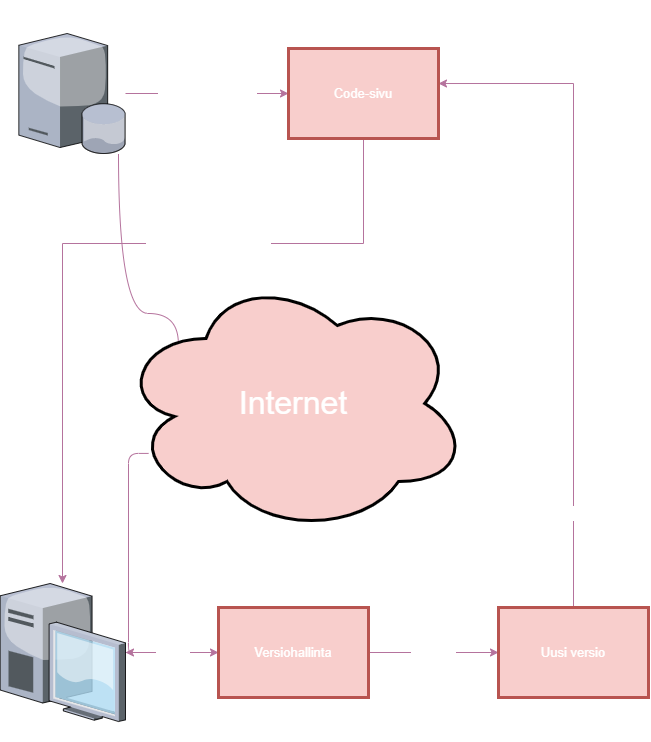
Before: docs/pictures/versiohallinta tummalle pohjalle.png, a diagram exported from draw.io (millahuotari/Start). Source tidied: cells renumbered, new cells last; positions are measured from the earlier drawing's top-left corner, leaving out a move shared by most shapes.
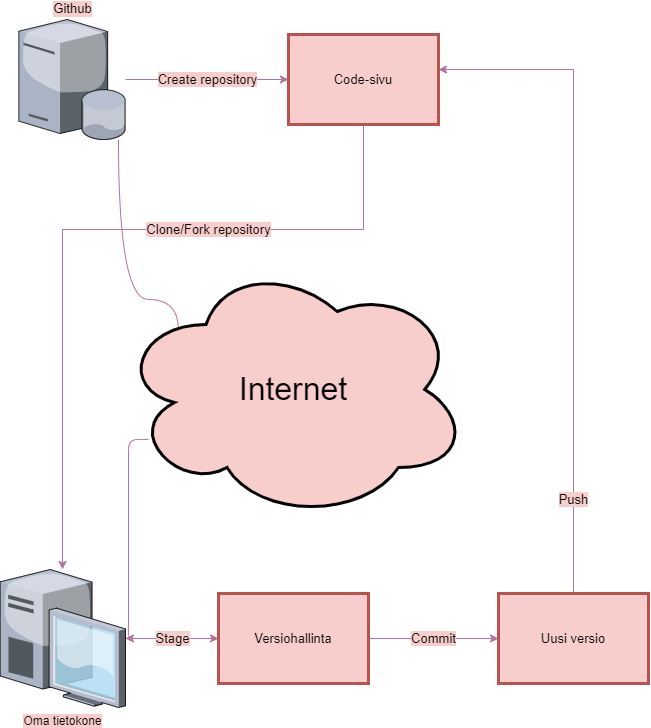
After the commit.

Diff of the diagram source:
```diff
@@ -2,7 +2,7 @@
   <root>
     <mxCell id="0" />
     <mxCell id="1" parent="0" />
-    <mxCell id="2" value="Create repository" style="edgeStyle=orthogonalEdgeStyle;rounded=0;jettySize=auto;html=1;fontFamily=Helvetica;fontSize=13;strokeColor=#B5739D;fontColor=#FFFFFF;" parent="1" edge="1" source="4" target="12">
+    <mxCell id="2" value="Create repository" style="edgeStyle=orthogonalEdgeStyle;rounded=0;jettySize=auto;html=1;fontFamily=Helvetica;fontSize=13;strokeColor=#B5739D;labelBackgroundColor=#F8CECC;" parent="1" edge="1" source="4" target="12">
       <mxGeometry relative="1" as="geometry">
         <Array as="points">
           <mxPoint x="178" y="60" />
@@ -19,32 +19,32 @@
         </Array>
       </mxGeometry>
     </mxCell>
-    <mxCell id="4" value="&lt;font face=&quot;Helvetica&quot;&gt;&lt;span style=&quot;font-size: 12px;&quot;&gt;Github&lt;/span&gt;&lt;/font&gt;" style="verticalLabelPosition=top;sketch=0;html=1;verticalAlign=bottom;strokeColor=none;align=center;outlineConnect=0;shape=mxgraph.citrix.database_server;fontFamily=Georgia;fontSize=25;gradientColor=none;labelPosition=center;fontColor=#FFFFFF;" parent="1" vertex="1">
+    <mxCell id="4" value="&lt;font face=&quot;Helvetica&quot;&gt;Github&lt;/font&gt;" style="verticalLabelPosition=top;sketch=0;html=1;verticalAlign=bottom;strokeColor=none;align=center;outlineConnect=0;shape=mxgraph.citrix.database_server;fontFamily=Georgia;fontSize=13;gradientColor=none;labelPosition=center;fontColor=#000000;labelBackgroundColor=#F8CECC;" parent="1" vertex="1">
       <mxGeometry x="18.3" width="106.7" height="120" as="geometry" />
     </mxCell>
-    <mxCell id="5" value="Stage" style="edgeStyle=orthogonalEdgeStyle;rounded=0;jettySize=auto;html=1;entryX=0;entryY=0.5;entryDx=0;entryDy=0;fontFamily=Helvetica;fontSize=13;strokeColor=#B5739D;fontColor=#FFFFFF;" parent="1" edge="1" source="6" target="8">
+    <mxCell id="5" value="Stage" style="edgeStyle=orthogonalEdgeStyle;rounded=0;jettySize=auto;html=1;entryX=0;entryY=0.5;entryDx=0;entryDy=0;fontFamily=Helvetica;fontSize=13;strokeColor=#B5739D;fontColor=#000000;labelBackgroundColor=#F8CECC;" parent="1" edge="1" source="6" target="8">
       <mxGeometry relative="1" as="geometry" />
     </mxCell>
-    <mxCell id="6" value="&lt;font face=&quot;Helvetica&quot;&gt;Oma tietokone&lt;/font&gt;" style="verticalLabelPosition=bottom;sketch=0;html=1;verticalAlign=top;strokeColor=none;align=center;outlineConnect=0;shape=mxgraph.citrix.desktop;fontFamily=Georgia;fontSize=12;gradientColor=none;fontColor=#FFFFFF;" parent="1" vertex="1">
+    <mxCell id="6" value="&lt;font face=&quot;Helvetica&quot;&gt;Oma tietokone&lt;/font&gt;" style="verticalLabelPosition=bottom;sketch=0;html=1;verticalAlign=top;strokeColor=none;align=center;outlineConnect=0;shape=mxgraph.citrix.desktop;fontFamily=Georgia;fontSize=12;gradientColor=none;labelBackgroundColor=#F8CECC;" parent="1" vertex="1">
       <mxGeometry x="-0.3" y="550" width="125.3" height="138" as="geometry" />
     </mxCell>
-    <mxCell id="7" value="Commit" style="edgeStyle=orthogonalEdgeStyle;rounded=0;jettySize=auto;html=1;entryX=0;entryY=0.5;entryDx=0;entryDy=0;fontFamily=Helvetica;fontSize=13;strokeColor=#B5739D;fontColor=#FFFFFF;" parent="1" edge="1" source="8" target="10">
+    <mxCell id="7" value="Commit" style="edgeStyle=orthogonalEdgeStyle;rounded=0;jettySize=auto;html=1;entryX=0;entryY=0.5;entryDx=0;entryDy=0;fontFamily=Helvetica;fontSize=13;strokeColor=#B5739D;fontColor=#000000;labelBackgroundColor=#F8CECC;" parent="1" edge="1" source="8" target="10">
       <mxGeometry relative="1" as="geometry" />
     </mxCell>
-    <mxCell id="8" value="&lt;font face=&quot;Helvetica&quot;&gt;Versiohallinta&lt;/font&gt;" style="rounded=0;whiteSpace=wrap;html=1;fontFamily=Georgia;fontSize=13;fillColor=#f8cecc;strokeColor=#b85450;strokeWidth=3;fontColor=#FFFFFF;" parent="1" vertex="1">
+    <mxCell id="8" value="&lt;font face=&quot;Helvetica&quot;&gt;Versiohallinta&lt;/font&gt;" style="rounded=0;whiteSpace=wrap;html=1;fontFamily=Georgia;fontSize=13;fillColor=#f8cecc;strokeColor=#b85450;strokeWidth=3;" parent="1" vertex="1">
       <mxGeometry x="218" y="574" width="150" height="90" as="geometry" />
     </mxCell>
-    <mxCell id="9" value="Push" style="edgeStyle=orthogonalEdgeStyle;rounded=0;jettySize=auto;html=1;entryX=1;entryY=0.389;entryDx=0;entryDy=0;entryPerimeter=0;fontFamily=Helvetica;fontSize=13;strokeColor=#B5739D;fontColor=#FFFFFF;" parent="1" edge="1" source="10" target="12">
+    <mxCell id="9" value="Push" style="edgeStyle=orthogonalEdgeStyle;rounded=0;jettySize=auto;html=1;entryX=1;entryY=0.389;entryDx=0;entryDy=0;entryPerimeter=0;fontFamily=Helvetica;fontSize=13;strokeColor=#B5739D;labelBackgroundColor=#F8CECC;" parent="1" edge="1" source="10" target="12">
       <mxGeometry x="-0.71" relative="1" as="geometry">
         <Array as="points">
           <mxPoint x="573" y="50" />
         </Array>
       </mxGeometry>
     </mxCell>
-    <mxCell id="10" value="&lt;font face=&quot;Helvetica&quot;&gt;Uusi versio&lt;/font&gt;" style="rounded=0;whiteSpace=wrap;html=1;fontFamily=Georgia;fontSize=13;fillColor=#f8cecc;strokeColor=#b85450;strokeWidth=3;fontColor=#FFFFFF;" parent="1" vertex="1">
+    <mxCell id="10" value="&lt;font face=&quot;Helvetica&quot;&gt;Uusi versio&lt;/font&gt;" style="rounded=0;whiteSpace=wrap;html=1;fontFamily=Georgia;fontSize=13;fillColor=#f8cecc;strokeColor=#b85450;strokeWidth=3;" parent="1" vertex="1">
       <mxGeometry x="498" y="574" width="150" height="90" as="geometry" />
     </mxCell>
-    <mxCell id="11" value="Clone/Fork repository" style="edgeStyle=orthogonalEdgeStyle;rounded=0;jettySize=auto;html=1;fontFamily=Helvetica;fontSize=13;strokeColor=#B5739D;fontColor=#FFFFFF;" parent="1" edge="1" source="12" target="6">
+    <mxCell id="11" value="Clone/Fork repository" style="edgeStyle=orthogonalEdgeStyle;rounded=0;jettySize=auto;html=1;fontFamily=Helvetica;fontSize=13;strokeColor=#B5739D;labelBackgroundColor=#F8CECC;" parent="1" edge="1" source="12" target="6">
       <mxGeometry x="-0.3" relative="1" as="geometry">
         <Array as="points">
           <mxPoint x="363" y="210" />
@@ -52,7 +52,7 @@
         </Array>
       </mxGeometry>
     </mxCell>
-    <mxCell id="12" value="&lt;font face=&quot;Helvetica&quot;&gt;Code-sivu&lt;/font&gt;" style="rounded=0;whiteSpace=wrap;html=1;fontFamily=Georgia;fontSize=13;fillColor=#f8cecc;strokeColor=#b85450;strokeWidth=3;fontColor=#FFFFFF;" parent="1" vertex="1">
+    <mxCell id="12" value="&lt;font face=&quot;Helvetica&quot;&gt;Code-sivu&lt;/font&gt;" style="rounded=0;whiteSpace=wrap;html=1;fontFamily=Georgia;fontSize=13;fillColor=#f8cecc;strokeColor=#b85450;strokeWidth=3;" parent="1" vertex="1">
       <mxGeometry x="288" y="15" width="150" height="90" as="geometry" />
     </mxCell>
     <mxCell id="13" style="edgeStyle=orthogonalEdgeStyle;jettySize=auto;html=1;strokeColor=#B5739D;fontFamily=Helvetica;fontSize=32;rounded=1;exitX=0.086;exitY=0.692;exitDx=0;exitDy=0;exitPerimeter=0;" parent="1" edge="1" source="14" target="6">
@@ -63,7 +63,7 @@
         </Array>
       </mxGeometry>
     </mxCell>
-    <mxCell id="14" value="Internet" style="ellipse;shape=cloud;whiteSpace=wrap;html=1;strokeWidth=3;fontFamily=Helvetica;fontSize=32;fillColor=#F8CECC;gradientColor=none;fontColor=#FFFFFF;" parent="1" vertex="1">
+    <mxCell id="14" value="Internet" style="ellipse;shape=cloud;whiteSpace=wrap;html=1;strokeWidth=3;fontFamily=Helvetica;fontSize=32;fillColor=#F8CECC;gradientColor=none;" parent="1" vertex="1">
       <mxGeometry x="118" y="240" width="350" height="260" as="geometry" />
     </mxCell>
   </root>
```
